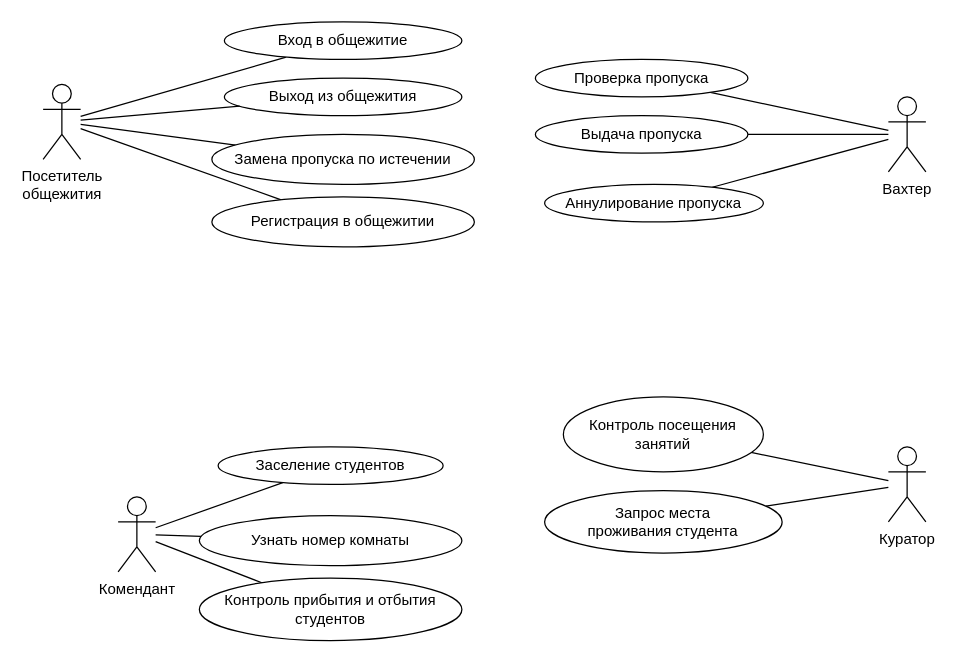
jsfrau/Zamay keeps this draw.io diagram as UseCase.drawio. Above is the earlier version. Source tidied: cells renumbered, new cells numbered last; positions are measured from the earlier drawing's top-left corner, leaving out a move shared by most shapes. Both pictures are drawn from the tidied source at 125%, with x=0, y=0 at pixel (42, 21).
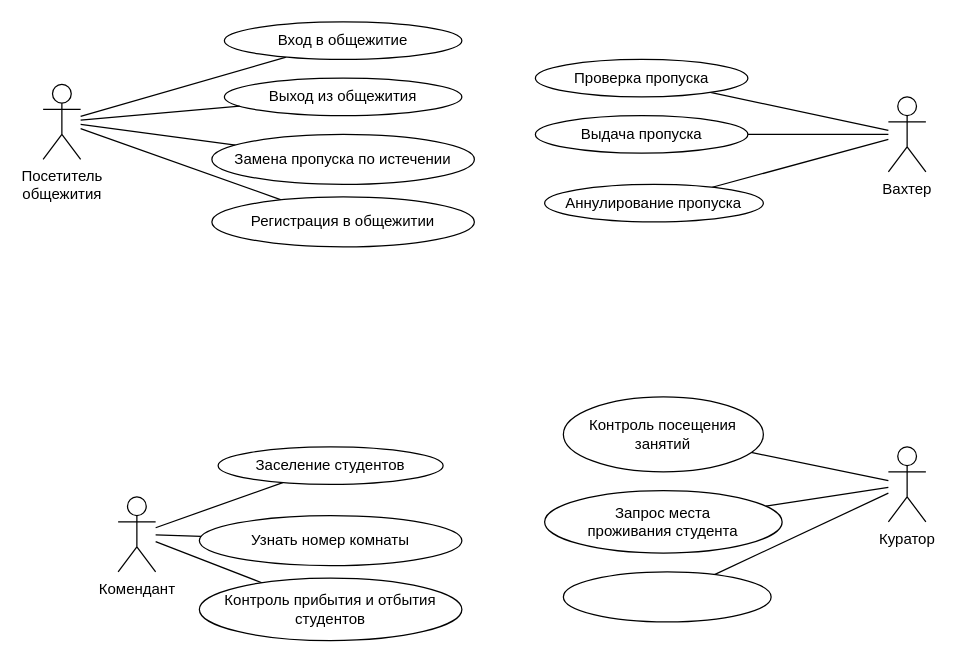
Above is the later version.

Unchanged cells that the change refers to:
```xml
<mxCell id="20" value="Куратор" style="shape=umlActor;verticalLabelPosition=bottom;verticalAlign=top;html=1;outlineConnect=0;labelBackgroundColor=none;" parent="1" vertex="1">
  <mxGeometry x="676.2" y="340" width="30" height="60" as="geometry" />
</mxCell>
```

What changed in the source:
```diff
@@
+    <mxCell id="30" style="edgeStyle=none;rounded=0;jettySize=auto;html=1;endArrow=none;endFill=0;" parent="1" edge="1" source="20" target="31">
+      <mxGeometry relative="1" as="geometry" />
+    </mxCell>
@@
+    <mxCell id="31" style="ellipse;whiteSpace=wrap;html=1;verticalAlign=top;" parent="1" vertex="1">
+      <mxGeometry x="416.2" y="440" width="166.2" height="40" as="geometry" />
+    </mxCell>
```
